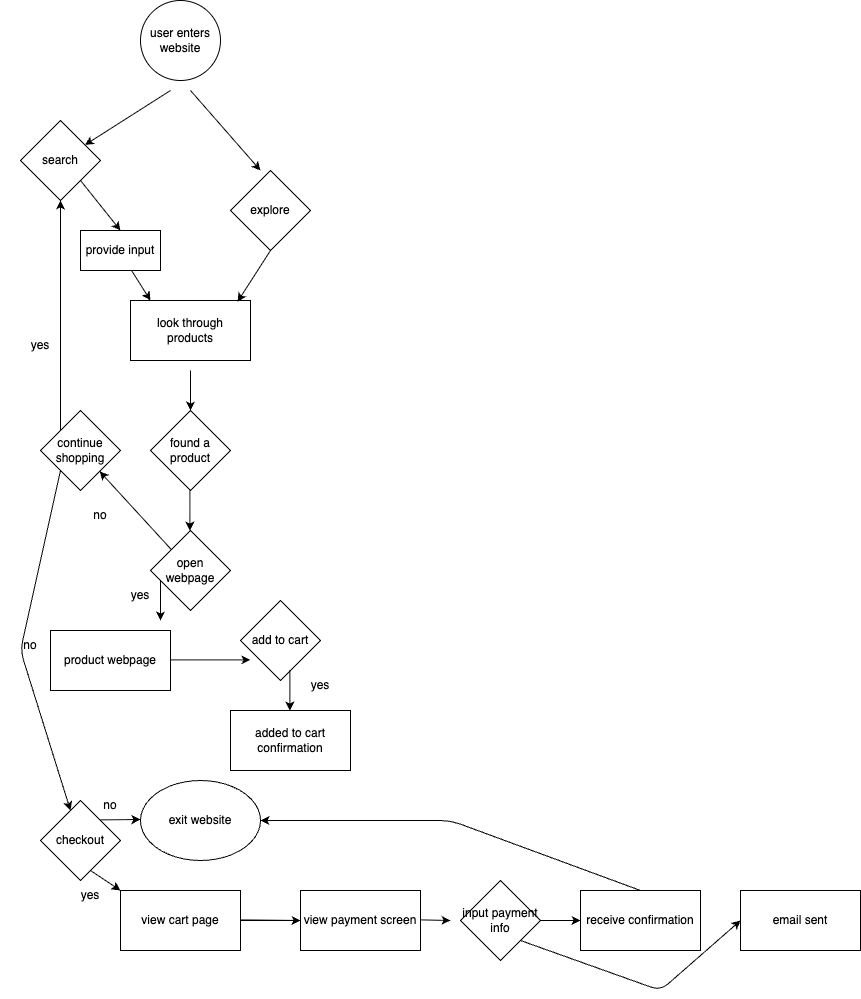
This is explore/diagramming/diagram.drawio.png from shazibid/sp26-cse110-lab4, a draw.io export, as it was before one commit. Source tidied: cells renumbered, new cells last; positions are measured from the earlier drawing's top-left corner, leaving out a move shared by most shapes.
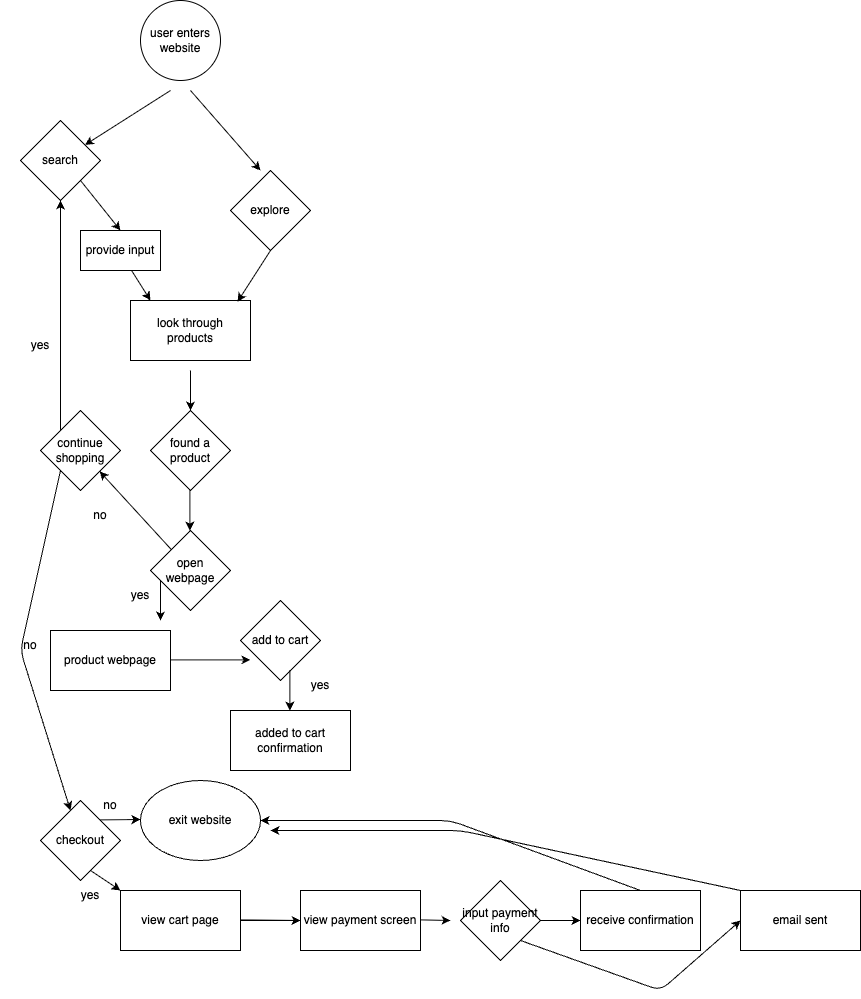
Later version of the same file.

Diff of the diagram source:
```diff
@@ -193,5 +193,13 @@
         </Array>
       </mxGeometry>
     </mxCell>
+    <mxCell id="48" style="edgeStyle=none;jettySize=auto;html=1;entryX=1;entryY=0.5;entryDx=0;entryDy=0;exitX=0;exitY=0;exitDx=0;exitDy=0;" parent="1" edge="1" source="46">
+      <mxGeometry relative="1" as="geometry">
+        <mxPoint x="270" y="830" as="targetPoint" />
+        <Array as="points">
+          <mxPoint x="460" y="830" />
+        </Array>
+      </mxGeometry>
+    </mxCell>
   </root>
 </mxGraphModel>
```
